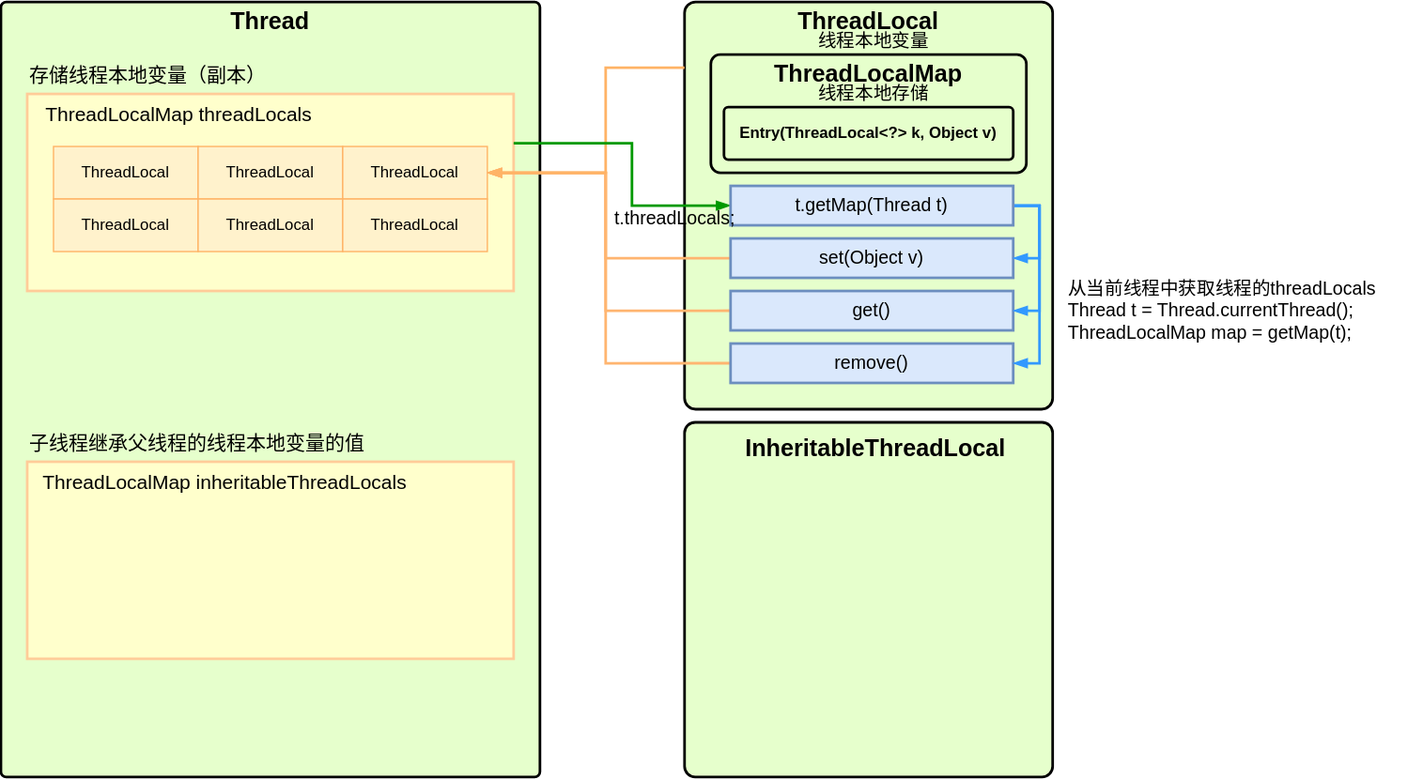
This is pictures/Thread-ThreadLocalMap.drawio.svg from creatern/NoteBook, a draw.io export, as it was before one commit. Source tidied: cells renumbered, new cells last; positions are measured from the earlier drawing's top-left corner, leaving out a move shared by most shapes.
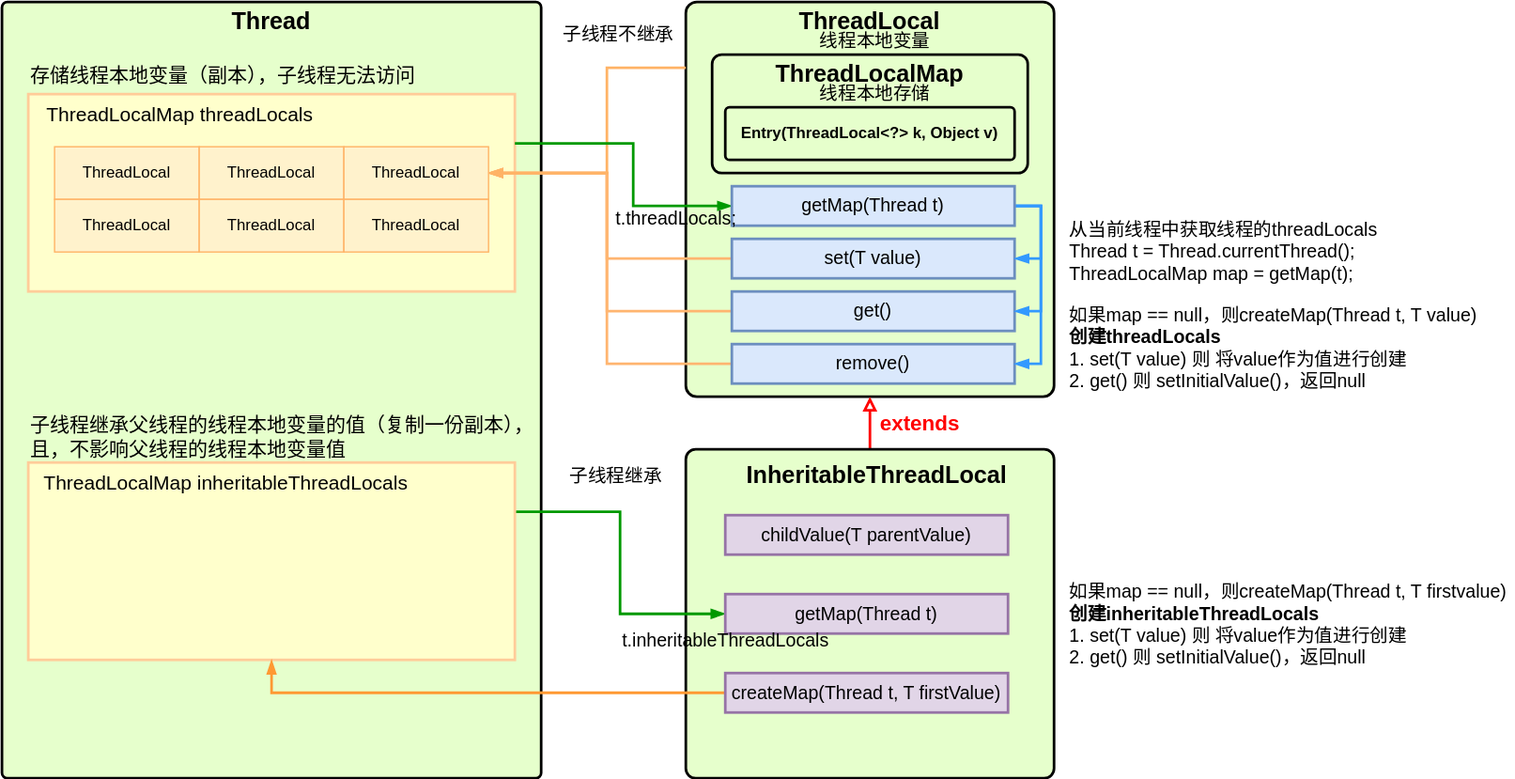
Later version of the same file.

The edit, as a diff of the source:
```diff
@@ -9,7 +9,7 @@
       <mxGeometry x="175" width="60" height="30" as="geometry" />
     </mxCell>
     <mxCell id="4" style="rounded=1;whiteSpace=wrap;html=1;strokeWidth=2;arcSize=3;fillColor=#E6FFCC;" parent="1" vertex="1">
-      <mxGeometry x="520" width="280" height="310" as="geometry" />
+      <mxGeometry x="520" width="280" height="300" as="geometry" />
     </mxCell>
     <mxCell id="5" value="&lt;b style=&quot;font-size: 18px;&quot;&gt;&lt;font style=&quot;font-size: 18px;&quot;&gt;ThreadLocal&lt;/font&gt;&lt;/b&gt;" style="text;html=1;strokeColor=none;fillColor=none;align=center;verticalAlign=middle;whiteSpace=wrap;rounded=0;fontSize=18;" parent="1" vertex="1">
       <mxGeometry x="605" width="110" height="30" as="geometry" />
@@ -32,8 +32,8 @@
     <mxCell id="11" value="线程本地变量" style="text;whiteSpace=wrap;fontSize=14;fontFamily=Helvetica;fontColor=default;" parent="1" vertex="1">
       <mxGeometry x="620" y="15" width="100" height="40" as="geometry" />
     </mxCell>
-    <mxCell id="12" value="存储线程本地变量（副本）" style="text;whiteSpace=wrap;fontSize=15;fontFamily=Helvetica;fontColor=default;" parent="1" vertex="1">
-      <mxGeometry x="20" y="40" width="190" height="30" as="geometry" />
+    <mxCell id="12" value="存储线程本地变量（副本），子线程无法访问" style="text;whiteSpace=wrap;fontSize=15;fontFamily=Helvetica;fontColor=default;" parent="1" vertex="1">
+      <mxGeometry x="20" y="40" width="340" height="30" as="geometry" />
     </mxCell>
     <mxCell id="13" style="edgeStyle=orthogonalEdgeStyle;shape=connector;rounded=0;jettySize=auto;html=1;exitX=0;exitY=0.5;exitDx=0;exitDy=0;entryX=1;entryY=0.5;entryDx=0;entryDy=0;labelBackgroundColor=default;strokeColor=#FFB570;strokeWidth=2;fontFamily=Helvetica;fontSize=11;fontColor=default;endArrow=blockThin;endFill=1;" parent="1" edge="1" source="14" target="28">
       <mxGeometry relative="1" as="geometry">
@@ -43,7 +43,7 @@
         </Array>
       </mxGeometry>
     </mxCell>
-    <mxCell id="14" value="set(Object v)" style="rounded=0;whiteSpace=wrap;html=1;fillColor=#dae8fc;strokeColor=#6c8ebf;strokeWidth=2;fontSize=14;" parent="1" vertex="1">
+    <mxCell id="14" value="set(T value)" style="rounded=0;whiteSpace=wrap;html=1;fillColor=#dae8fc;strokeColor=#6c8ebf;strokeWidth=2;fontSize=14;" parent="1" vertex="1">
       <mxGeometry x="555" y="180" width="215" height="30" as="geometry" />
     </mxCell>
     <mxCell id="15" style="edgeStyle=orthogonalEdgeStyle;shape=connector;rounded=0;jettySize=auto;html=1;exitX=0;exitY=0.5;exitDx=0;exitDy=0;entryX=1;entryY=0.5;entryDx=0;entryDy=0;labelBackgroundColor=default;strokeColor=#FFB570;strokeWidth=2;fontFamily=Helvetica;fontSize=11;fontColor=default;endArrow=blockThin;endFill=1;" parent="1" edge="1" source="16" target="28">
@@ -68,23 +68,29 @@
     <mxCell id="18" value="remove()" style="rounded=0;whiteSpace=wrap;html=1;fillColor=#dae8fc;strokeColor=#6c8ebf;strokeWidth=2;fontSize=14;" parent="1" vertex="1">
       <mxGeometry x="555" y="260" width="215" height="30" as="geometry" />
     </mxCell>
+    <mxCell id="39" style="edgeStyle=orthogonalEdgeStyle;rounded=0;jettySize=auto;html=1;exitX=0.5;exitY=0;exitDx=0;exitDy=0;entryX=0.5;entryY=1;entryDx=0;entryDy=0;strokeWidth=2;endArrow=block;endFill=0;strokeColor=#FF0000;" parent="1" edge="1" source="19" target="4">
+      <mxGeometry relative="1" as="geometry" />
+    </mxCell>
     <mxCell id="19" style="rounded=1;whiteSpace=wrap;html=1;strokeWidth=2;arcSize=3;fillColor=#E6FFCC;" parent="1" vertex="1">
-      <mxGeometry x="520" y="320" width="280" height="270" as="geometry" />
+      <mxGeometry x="520" y="340" width="280" height="250" as="geometry" />
     </mxCell>
     <mxCell id="20" value="InheritableThreadLocal" style="text;html=1;align=center;verticalAlign=middle;strokeColor=none;fillColor=none;fontSize=18;fontFamily=Helvetica;fontColor=default;fontStyle=1;" parent="1" vertex="1">
-      <mxGeometry x="555" y="320" width="220" height="40" as="geometry" />
+      <mxGeometry x="555" y="340" width="220" height="40" as="geometry" />
     </mxCell>
     <mxCell id="21" value="ThreadLocalMap threadLocals" style="text;html=1;align=center;verticalAlign=middle;strokeColor=none;fillColor=none;fontSize=15;" parent="1" vertex="1">
       <mxGeometry x="20" y="70" width="230" height="30" as="geometry" />
     </mxCell>
+    <mxCell id="40" style="edgeStyle=orthogonalEdgeStyle;rounded=0;jettySize=auto;html=1;exitX=1;exitY=0.25;exitDx=0;exitDy=0;entryX=0;entryY=0.5;entryDx=0;entryDy=0;strokeWidth=2;endArrow=blockThin;endFill=1;strokeColor=#009900;" parent="1" edge="1" source="22" target="46">
+      <mxGeometry relative="1" as="geometry" />
+    </mxCell>
     <mxCell id="22" style="rounded=0;whiteSpace=wrap;html=1;fillColor=#FFFFCC;strokeColor=#FFCC99;strokeWidth=2;fontSize=14;" parent="1" vertex="1">
       <mxGeometry x="20" y="350" width="370" height="150" as="geometry" />
     </mxCell>
     <mxCell id="23" value="ThreadLocalMap inheritableThreadLocals" style="text;html=1;align=center;verticalAlign=middle;strokeColor=none;fillColor=none;fontSize=15;" parent="1" vertex="1">
       <mxGeometry x="20" y="350" width="300" height="30" as="geometry" />
     </mxCell>
-    <mxCell id="24" value="子线程继承父线程的线程本地变量的值" style="text;whiteSpace=wrap;fontSize=15;fontFamily=Helvetica;fontColor=default;" parent="1" vertex="1">
-      <mxGeometry x="20" y="320" width="260" height="30" as="geometry" />
+    <mxCell id="24" value="子线程继承父线程的线程本地变量的值（复制一份副本），&#10;且，不影响父线程的线程本地变量值" style="text;whiteSpace=wrap;fontSize=15;fontFamily=Helvetica;fontColor=default;" parent="1" vertex="1">
+      <mxGeometry x="20" y="306" width="400" height="40" as="geometry" />
     </mxCell>
     <mxCell id="25" value="ThreadLocal" style="rounded=0;whiteSpace=wrap;html=1;fillColor=#FFF2CC;strokeColor=#FFB366;" parent="1" vertex="1">
       <mxGeometry x="40" y="110" width="110" height="40" as="geometry" />
@@ -130,14 +136,44 @@
     <mxCell id="35" style="edgeStyle=orthogonalEdgeStyle;shape=connector;rounded=0;jettySize=auto;html=1;exitX=1;exitY=0.5;exitDx=0;exitDy=0;entryX=1;entryY=0.5;entryDx=0;entryDy=0;labelBackgroundColor=default;strokeColor=#3399FF;strokeWidth=2;fontFamily=Helvetica;fontSize=11;fontColor=default;endArrow=blockThin;endFill=1;" parent="1" edge="1" source="36" target="18">
       <mxGeometry relative="1" as="geometry" />
     </mxCell>
-    <mxCell id="36" value="t.getMap(Thread t)" style="rounded=0;whiteSpace=wrap;html=1;fillColor=#dae8fc;strokeColor=#6c8ebf;strokeWidth=2;fontSize=14;" parent="1" vertex="1">
+    <mxCell id="36" value="getMap(Thread t)" style="rounded=0;whiteSpace=wrap;html=1;fillColor=#dae8fc;strokeColor=#6c8ebf;strokeWidth=2;fontSize=14;" parent="1" vertex="1">
       <mxGeometry x="555" y="140" width="215" height="30" as="geometry" />
     </mxCell>
     <mxCell id="37" value="从当前线程中获取线程的threadLocals&lt;br&gt;&lt;div&gt;Thread t = Thread.currentThread();&lt;/div&gt;&lt;div&gt;ThreadLocalMap map = getMap(t);&lt;/div&gt;" style="text;html=1;strokeColor=none;fillColor=none;align=left;verticalAlign=middle;whiteSpace=wrap;rounded=0;fontSize=14;" parent="1" vertex="1">
-      <mxGeometry x="810" y="200" width="270" height="70" as="geometry" />
+      <mxGeometry x="810" y="155" width="270" height="70" as="geometry" />
     </mxCell>
     <mxCell id="38" value="t.threadLocals;" style="text;whiteSpace=wrap;fontSize=14;" parent="1" vertex="1">
       <mxGeometry x="465" y="150" width="100" height="30" as="geometry" />
     </mxCell>
+    <mxCell id="41" value="如果map == null，则createMap(Thread t, T value)&lt;br&gt;&lt;b&gt;创建threadLocals&lt;br&gt;&lt;/b&gt;1. set(T value) 则 将value作为值进行创建&lt;br&gt;2. get() 则 setInitialValue()，返回null" style="text;html=1;strokeColor=none;fillColor=none;align=left;verticalAlign=middle;whiteSpace=wrap;rounded=0;fontSize=14;" parent="1" vertex="1">
+      <mxGeometry x="810" y="225" width="320" height="75" as="geometry" />
+    </mxCell>
+    <mxCell id="42" value="子线程不继承" style="text;whiteSpace=wrap;fontSize=14;fontFamily=Helvetica;fontColor=default;" parent="1" vertex="1">
+      <mxGeometry x="425" y="10" width="100" height="30" as="geometry" />
+    </mxCell>
+    <mxCell id="43" value="子线程继承" style="text;whiteSpace=wrap;fontSize=14;fontFamily=Helvetica;fontColor=default;" parent="1" vertex="1">
+      <mxGeometry x="430" y="345" width="90" height="30" as="geometry" />
+    </mxCell>
+    <mxCell id="44" value="extends" style="text;whiteSpace=wrap;fontSize=16;fontFamily=Helvetica;fontColor=#FF0000;fontStyle=1;" parent="1" vertex="1">
+      <mxGeometry x="666" y="304" width="70" height="30" as="geometry" />
+    </mxCell>
+    <mxCell id="45" value="childValue(T parentValue)" style="rounded=0;whiteSpace=wrap;html=1;fillColor=#e1d5e7;strokeColor=#9673a6;strokeWidth=2;fontSize=14;" parent="1" vertex="1">
+      <mxGeometry x="550" y="390" width="215" height="30" as="geometry" />
+    </mxCell>
+    <mxCell id="46" value="getMap(Thread t)" style="rounded=0;whiteSpace=wrap;html=1;fillColor=#e1d5e7;strokeColor=#9673a6;strokeWidth=2;fontSize=14;" parent="1" vertex="1">
+      <mxGeometry x="550" y="450" width="215" height="30" as="geometry" />
+    </mxCell>
+    <mxCell id="47" style="edgeStyle=orthogonalEdgeStyle;rounded=0;jettySize=auto;html=1;exitX=0;exitY=0.5;exitDx=0;exitDy=0;entryX=0.5;entryY=1;entryDx=0;entryDy=0;strokeWidth=2;endArrow=blockThin;endFill=1;strokeColor=#FF9933;" parent="1" edge="1" source="48" target="22">
+      <mxGeometry relative="1" as="geometry" />
+    </mxCell>
+    <mxCell id="48" value="createMap(Thread t, T firstValue)" style="rounded=0;whiteSpace=wrap;html=1;fillColor=#e1d5e7;strokeColor=#9673a6;strokeWidth=2;fontSize=14;" parent="1" vertex="1">
+      <mxGeometry x="550" y="510" width="215" height="30" as="geometry" />
+    </mxCell>
+    <mxCell id="49" value="t.inheritableThreadLocals" style="text;html=1;align=center;verticalAlign=middle;strokeColor=none;fillColor=none;fontSize=14;" parent="1" vertex="1">
+      <mxGeometry x="460" y="470" width="180" height="30" as="geometry" />
+    </mxCell>
+    <mxCell id="50" value="如果map == null，则createMap(Thread t, T firstvalue)&lt;br&gt;&lt;b&gt;创建inheritableThreadLocals&lt;br&gt;&lt;/b&gt;1. set(T value) 则 将value作为值进行创建&lt;br&gt;2. get() 则 setInitialValue()，返回null" style="text;html=1;strokeColor=none;fillColor=none;align=left;verticalAlign=middle;whiteSpace=wrap;rounded=0;fontSize=14;" parent="1" vertex="1">
+      <mxGeometry x="810" y="435" width="340" height="75" as="geometry" />
+    </mxCell>
   </root>
 </mxGraphModel>
```
